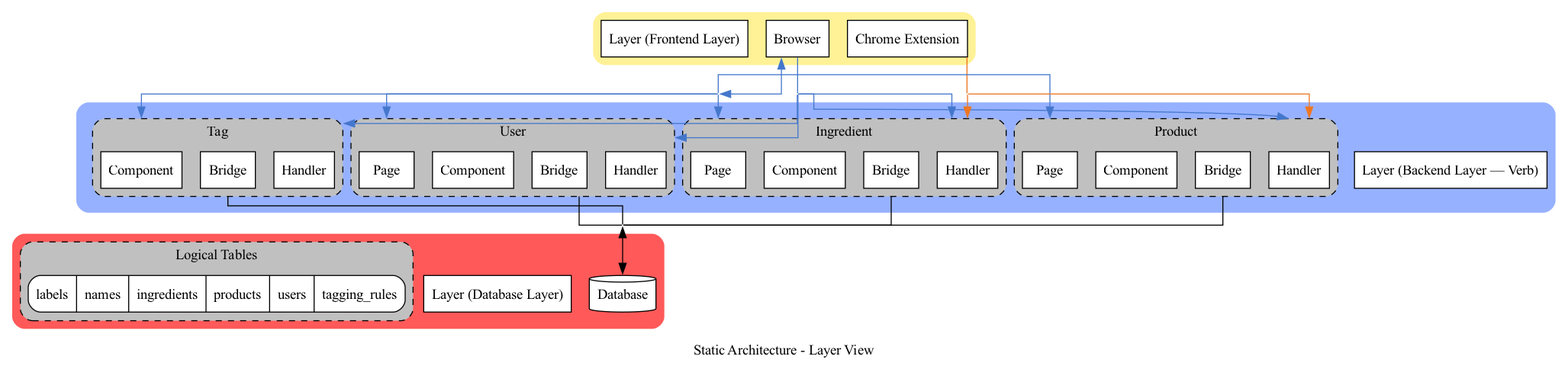
This is docs/static_arch.png from CFF4HA/Dashboard, a Graphviz export, as it was before one commit. Its source is kept beside it as docs/static_arch.dot. The source it was exported from:
```dot
digraph {
	graph [label="Static Architecture - Layer View", splines=ortho, compound=true];

	subgraph cluster_DatabaseLayer {
		graph [label="", bgcolor="#ff5959", penwidth=0, style=rounded];
		node [shape=rect, style=filled, fillcolor=white];
		cDL_header [label="Layer (Database Layer)"];

		node [shape=cylinder];
		cDL_db [label="Database"];

		subgraph cluster_DLTables {
			graph [label="Logical Tables", bgcolor="gray", penwidth=1, style="rounded,dashed"];
			node [shape=record, style="rounded,filled", fillcolor=white];
			cDL_tables [label="labels | names | ingredients | products | users | tagging_rules"];
		}
	}

	subgraph cluster_VerbLayer {
		graph [label="", bgcolor="#96b1ff", penwidth=0, style=rounded];
		node [shape=rect, style=filled, fillcolor=white];
		cVL_header [label="Layer (Backend Layer — Verb)"];

		subgraph cluster_VLDomains {
			graph [style=invis];

			subgraph cluster_VLIngredient {
				graph [label="Ingredient", bgcolor="gray", penwidth=1, style="rounded,dashed"];
				node [shape=rect, style=filled, fillcolor=white];
				cVL_ing_page [label="Page"];
				cVL_ing_component [label="Component"];
				cVL_ing_bridge [label="Bridge"];
				cVL_ing_handler [label="Handler"];
			}

			subgraph cluster_VLProduct {
				graph [label="Product", bgcolor="gray", penwidth=1, style="rounded,dashed"];
				node [shape=rect, style=filled, fillcolor=white];
				cVL_prod_page [label="Page"];
				cVL_prod_component [label="Component"];
				cVL_prod_bridge [label="Bridge"];
				cVL_prod_handler [label="Handler"];
			}

			subgraph cluster_VLTag {
				graph [label="Tag", bgcolor="gray", penwidth=1, style="rounded,dashed"];
				node [shape=rect, style=filled, fillcolor=white];
				cVL_tag_component [label="Component"];
				cVL_tag_bridge [label="Bridge"];
				cVL_tag_handler [label="Handler"];
			}

			subgraph cluster_VLUser {
				graph [label="User", bgcolor="gray", penwidth=1, style="rounded,dashed"];
				node [shape=rect, style=filled, fillcolor=white];
				cVL_user_page [label="Page"];
				cVL_user_component [label="Component"];
				cVL_user_bridge [label="Bridge"];
				cVL_user_handler [label="Handler"];
			}
		}
	}

	subgraph cluster_FrontendLayer {
		graph [label="", bgcolor="#fff196", penwidth=0, style=rounded];
		node [shape=rect, style=filled, fillcolor=white];
		cFL_header [label="Layer (Frontend Layer)"];
		cFL_browser [label="Browser"];
		cFL_chrome [label="Chrome Extension"];
	}


	node [shape=point, width=0, height=0, style=invis];
	p_browser_ui;   // Browser <-> domain Pages / Components (template)
	p_browser_hdl;  // Browser -> domain Handlers (POST / PUT / DELETE)
	p_chrome_hdl;   // Chrome -> domain Handlers
	p_db;           // All domain clusters -> Database



	edge [color="#4477CC"];
	cFL_browser -> p_browser_ui [dir=both];
	p_browser_ui -> cVL_ing_page      [lhead=cluster_VLIngredient];
	p_browser_ui -> cVL_prod_page     [lhead=cluster_VLProduct];
	p_browser_ui -> cVL_tag_component [lhead=cluster_VLTag];
	p_browser_ui -> cVL_user_page     [lhead=cluster_VLUser];

	cFL_browser -> p_browser_hdl [arrowhead=none];
	p_browser_hdl -> cVL_ing_handler  [lhead=cluster_VLIngredient];
	p_browser_hdl -> cVL_prod_handler [lhead=cluster_VLProduct];
	p_browser_hdl -> cVL_tag_handler  [lhead=cluster_VLTag];
	p_browser_hdl -> cVL_user_handler [lhead=cluster_VLUser];

	edge [color="#EE7722"];
	cFL_chrome -> p_chrome_hdl [arrowhead=none];
	p_chrome_hdl -> cVL_ing_handler  [lhead=cluster_VLIngredient];
	p_chrome_hdl -> cVL_prod_handler [lhead=cluster_VLProduct];

	edge [color=black];
	cVL_ing_bridge  -> p_db [ltail=cluster_VLIngredient, arrowhead=none];
	cVL_prod_bridge -> p_db [ltail=cluster_VLProduct,    arrowhead=none];
	cVL_tag_bridge  -> p_db [ltail=cluster_VLTag,        arrowhead=none];
	cVL_user_bridge -> p_db [ltail=cluster_VLUser,       arrowhead=none];
	p_db -> cDL_db [dir=both];
}
```
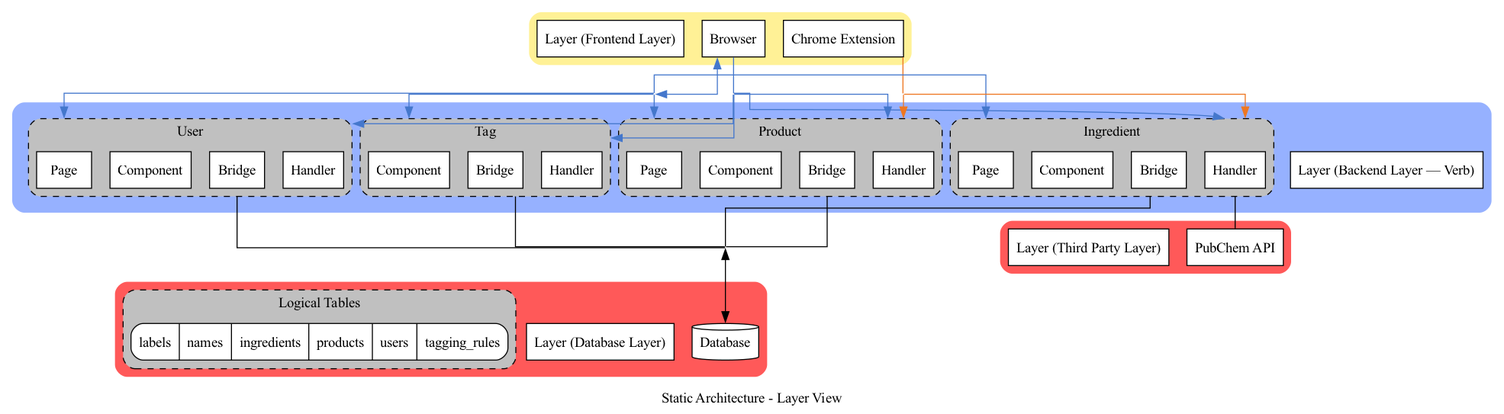
After the commit.

Diff of the diagram source:
```diff
@@ -14,6 +14,15 @@
 			node [shape=record, style="rounded,filled", fillcolor=white];
 			cDL_tables [label="labels | names | ingredients | products | users | tagging_rules"];
 		}
+	}
+
+  subgraph cluster_ExternalDataLayer {
+		graph [label="", bgcolor="#ff5959", penwidth=0, style=rounded];
+		node [shape=rect, style=filled, fillcolor=white];
+		cEL_header [label="Layer (Third Party Layer)"];
+
+		node [shape=rect];
+		cEL_pubchem [label="PubChem API"];
 	}
 
 	subgraph cluster_VerbLayer {
@@ -101,5 +110,6 @@
 	cVL_prod_bridge -> p_db [ltail=cluster_VLProduct,    arrowhead=none];
 	cVL_tag_bridge  -> p_db [ltail=cluster_VLTag,        arrowhead=none];
 	cVL_user_bridge -> p_db [ltail=cluster_VLUser,       arrowhead=none];
+  cVL_ing_handler -> cEL_pubchem [ltail=cluster_VLIngredient, arrowhead=none];
 	p_db -> cDL_db [dir=both];
 }
```
